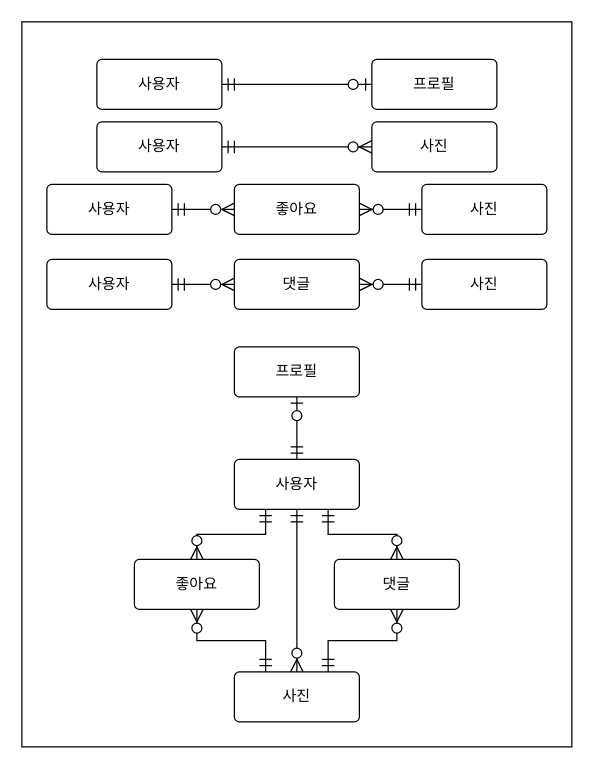
Earlier version of the draw.io diagram source/ch10_selfcheck.drawio (A1ueo/database-study). Source tidied: cells renumbered, new cells numbered last; positions are measured from the earlier drawing's top-left corner, leaving out a move shared by most shapes. Both pictures are drawn from the tidied source at 125%, with x=0, y=0 at pixel (21, 21).
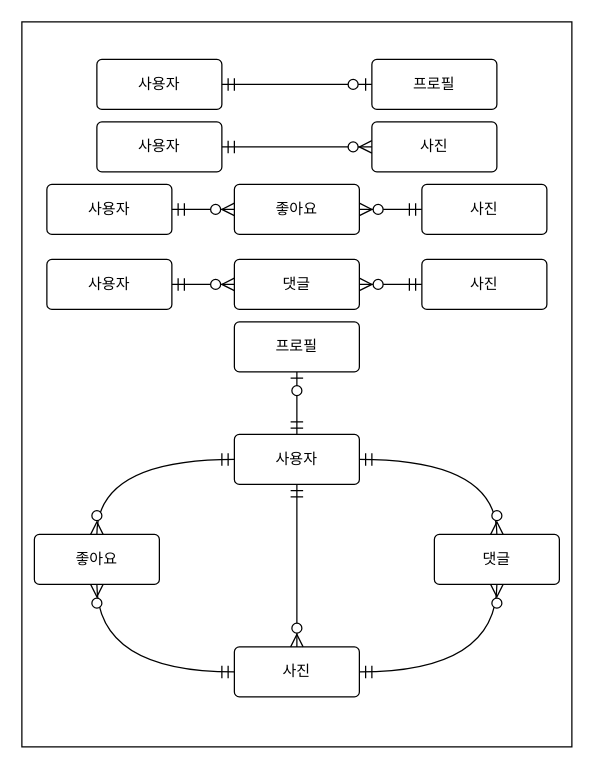
The same diagram, later.

What changed in the source:
```diff
@@
     <mxCell id="20" value="사용자" style="rounded=1;arcSize=10;whiteSpace=wrap;html=1;align=center;" parent="3" vertex="1">
-      <mxGeometry x="170" y="350" width="100" height="40" as="geometry" />
+      <mxGeometry x="170" y="330" width="100" height="40" as="geometry" />
     </mxCell>
     <mxCell id="21" value="프로필" style="rounded=1;arcSize=10;whiteSpace=wrap;html=1;align=center;" parent="3" vertex="1">
-      <mxGeometry x="170" y="260" width="100" height="40" as="geometry" />
+      <mxGeometry x="170" y="240" width="100" height="40" as="geometry" />
     </mxCell>
@@
     <mxCell id="23" value="사진" style="rounded=1;arcSize=10;whiteSpace=wrap;html=1;align=center;" parent="3" vertex="1">
-      <mxGeometry x="170" y="520" width="100" height="40" as="geometry" />
+      <mxGeometry x="170" y="500" width="100" height="40" as="geometry" />
     </mxCell>
@@
     <mxCell id="25" value="댓글" style="rounded=1;arcSize=10;whiteSpace=wrap;html=1;align=center;" parent="3" vertex="1">
-      <mxGeometry x="250" y="430" width="100" height="40" as="geometry" />
+      <mxGeometry x="330" y="410" width="100" height="40" as="geometry" />
     </mxCell>
     <mxCell id="26" value="좋아요" style="rounded=1;arcSize=10;whiteSpace=wrap;html=1;align=center;" parent="3" vertex="1">
-      <mxGeometry x="90" y="430" width="100" height="40" as="geometry" />
+      <mxGeometry x="10" y="410" width="100" height="40" as="geometry" />
     </mxCell>
-    <mxCell id="27" style="fontSize=12;html=1;endArrow=ERzeroToMany;startArrow=ERmandOne;rounded=0;startSize=8;endSize=8;exitX=0.25;exitY=1;exitDx=0;exitDy=0;entryX=0.5;entryY=0;entryDx=0;entryDy=0;edgeStyle=orthogonalEdgeStyle;" parent="3" edge="1" source="20" target="26">
+    <mxCell id="27" style="fontSize=12;html=1;endArrow=ERzeroToMany;startArrow=ERmandOne;rounded=0;startSize=8;endSize=8;exitX=0;exitY=0.5;exitDx=0;exitDy=0;entryX=0.5;entryY=0;entryDx=0;entryDy=0;edgeStyle=orthogonalEdgeStyle;curved=1;" parent="3" edge="1" source="20" target="26">
       <mxGeometry relative="1" as="geometry" />
     </mxCell>
-    <mxCell id="28" style="fontSize=12;html=1;endArrow=ERzeroToMany;startArrow=ERmandOne;rounded=0;startSize=8;endSize=8;exitX=0.25;exitY=0;exitDx=0;exitDy=0;entryX=0.5;entryY=1;entryDx=0;entryDy=0;edgeStyle=orthogonalEdgeStyle;" parent="3" edge="1" source="23" target="26">
+    <mxCell id="28" style="fontSize=12;html=1;endArrow=ERzeroToMany;startArrow=ERmandOne;rounded=0;startSize=8;endSize=8;exitX=0;exitY=0.5;exitDx=0;exitDy=0;entryX=0.5;entryY=1;entryDx=0;entryDy=0;edgeStyle=orthogonalEdgeStyle;curved=1;" parent="3" edge="1" source="23" target="26">
       <mxGeometry relative="1" as="geometry" />
     </mxCell>
-    <mxCell id="29" style="fontSize=12;html=1;endArrow=ERzeroToMany;startArrow=ERmandOne;rounded=0;startSize=8;endSize=8;exitX=0.75;exitY=0;exitDx=0;exitDy=0;entryX=0.5;entryY=1;entryDx=0;entryDy=0;edgeStyle=orthogonalEdgeStyle;" parent="3" edge="1" source="23" target="25">
+    <mxCell id="29" style="fontSize=12;html=1;endArrow=ERzeroToMany;startArrow=ERmandOne;rounded=0;startSize=8;endSize=8;exitX=1;exitY=0.5;exitDx=0;exitDy=0;edgeStyle=orthogonalEdgeStyle;curved=1;" parent="3" edge="1" source="23" target="25">
       <mxGeometry relative="1" as="geometry" />
     </mxCell>
-    <mxCell id="30" style="fontSize=12;html=1;endArrow=ERzeroToMany;startArrow=ERmandOne;rounded=0;startSize=8;endSize=8;exitX=0.75;exitY=1;exitDx=0;exitDy=0;entryX=0.5;entryY=0;entryDx=0;entryDy=0;edgeStyle=orthogonalEdgeStyle;" parent="3" edge="1" source="20" target="25">
+    <mxCell id="30" style="fontSize=12;html=1;endArrow=ERzeroToMany;startArrow=ERmandOne;rounded=0;startSize=8;endSize=8;entryX=0.5;entryY=0;entryDx=0;entryDy=0;edgeStyle=orthogonalEdgeStyle;curved=1;" parent="3" edge="1" source="20" target="25">
       <mxGeometry relative="1" as="geometry" />
     </mxCell>
```
